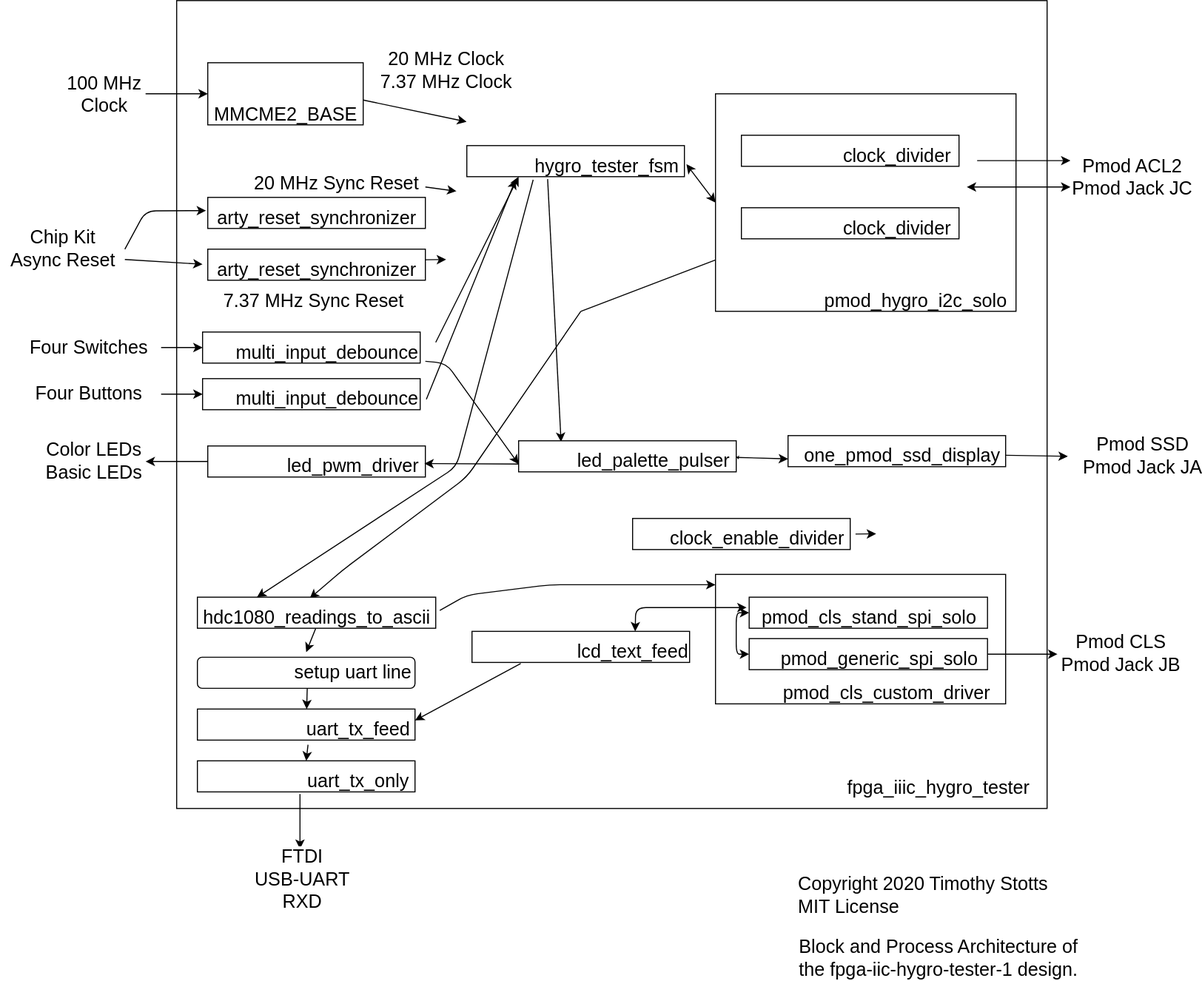
Above: HYGRO-Tester-Design-Documents/HYGRO-Tester-Design-Diagrams-Architecture 1.svg in timothystotts/fpga-iic-hygro-tester-3 (draw.io), before the change. Source tidied: cells renumbered, new cells last; positions are measured from the earlier drawing's top-left corner, leaving out a move shared by most shapes.
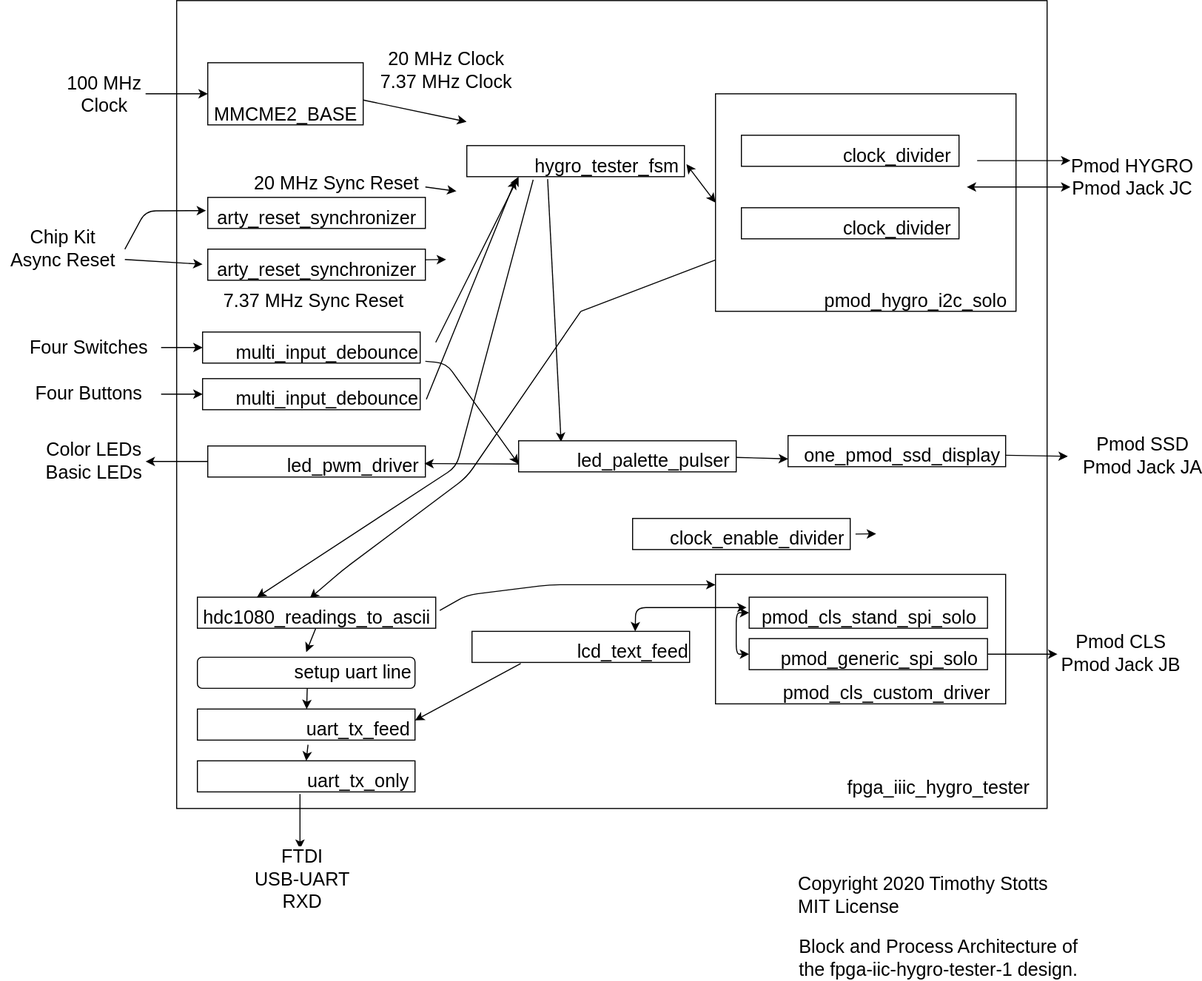
After the change.

Commit message:
Pmod name correction in Architecture diagram.

What changed in the source:
```diff
@@ -80,7 +80,7 @@
         <mxPoint x="1032.5" y="180" as="targetPoint" />
       </mxGeometry>
     </mxCell>
-    <mxCell id="27" value="&lt;font style=&quot;font-size: 18px&quot;&gt;Pmod ACL2&lt;br&gt;Pmod Jack JC&lt;/font&gt;" style="edgeLabel;html=1;align=center;verticalAlign=middle;" parent="26" vertex="1">
+    <mxCell id="27" value="&lt;font style=&quot;font-size: 18px&quot;&gt;Pmod HYGRO&lt;br&gt;Pmod Jack JC&lt;/font&gt;" style="edgeLabel;html=1;align=center;verticalAlign=middle;" parent="26" vertex="1">
       <mxGeometry x="0.93" y="5" relative="1" as="geometry">
         <mxPoint x="63.3" y="-5" as="offset" />
       </mxGeometry>
```
